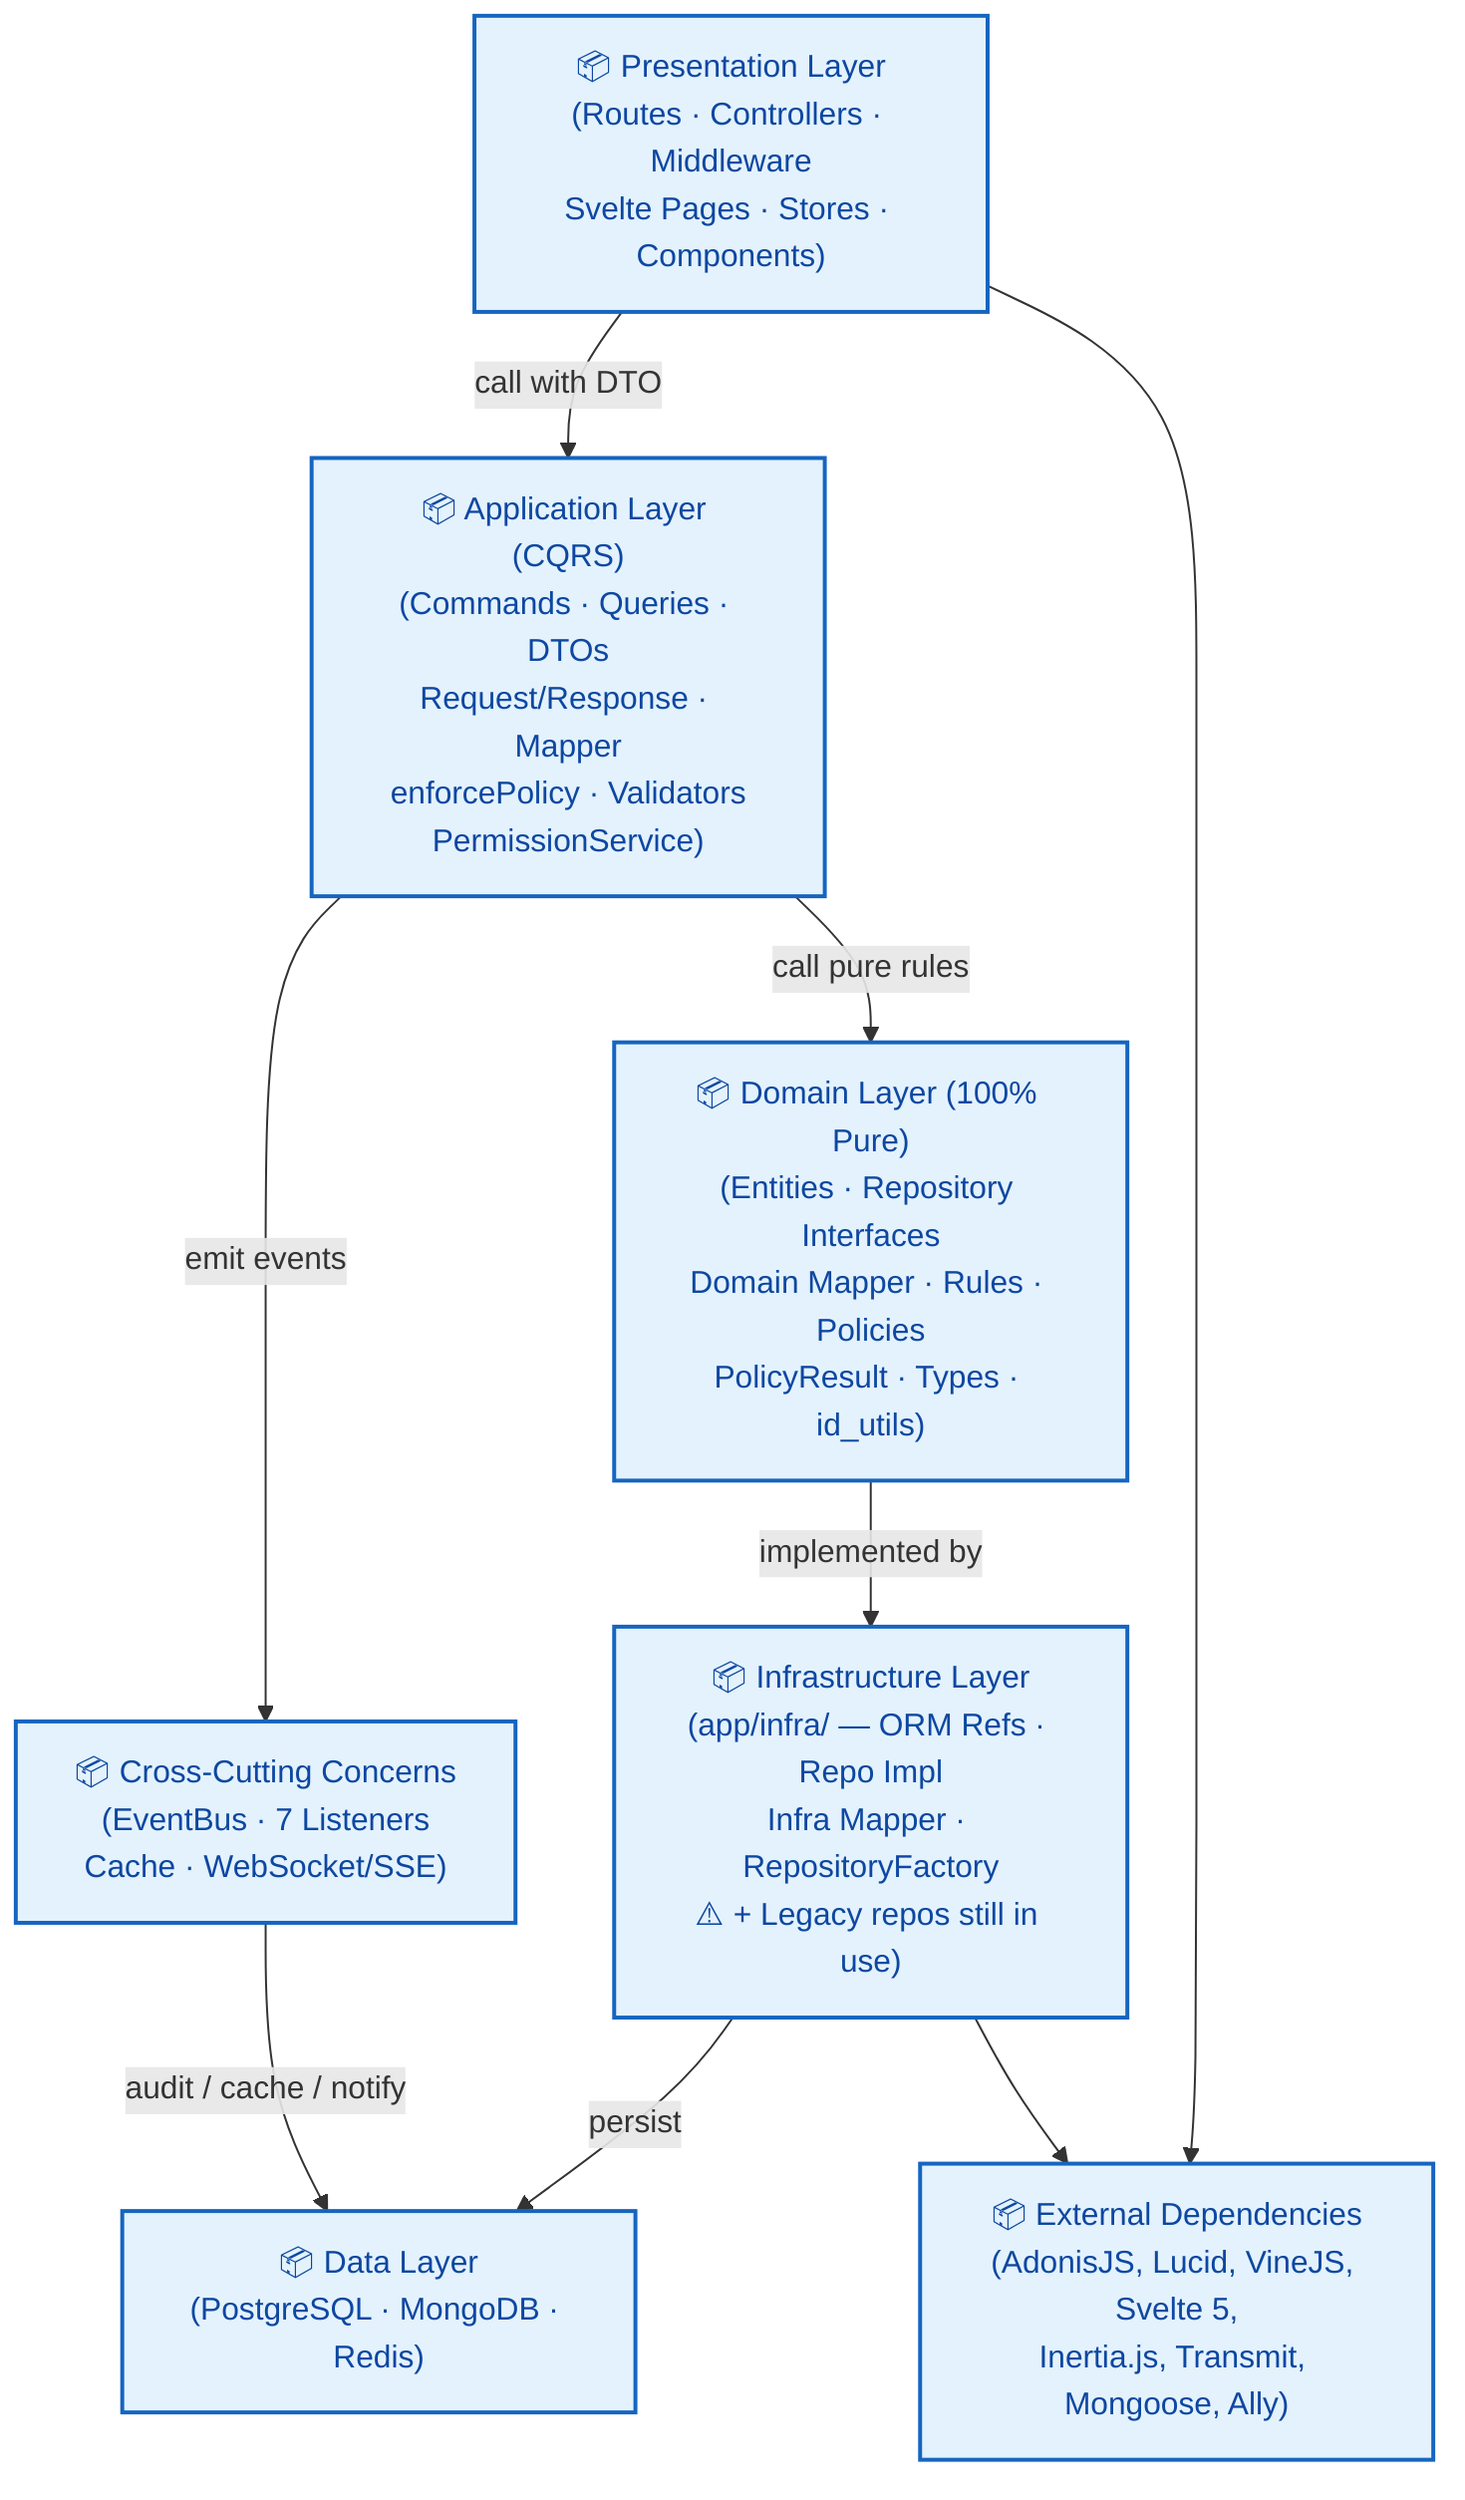
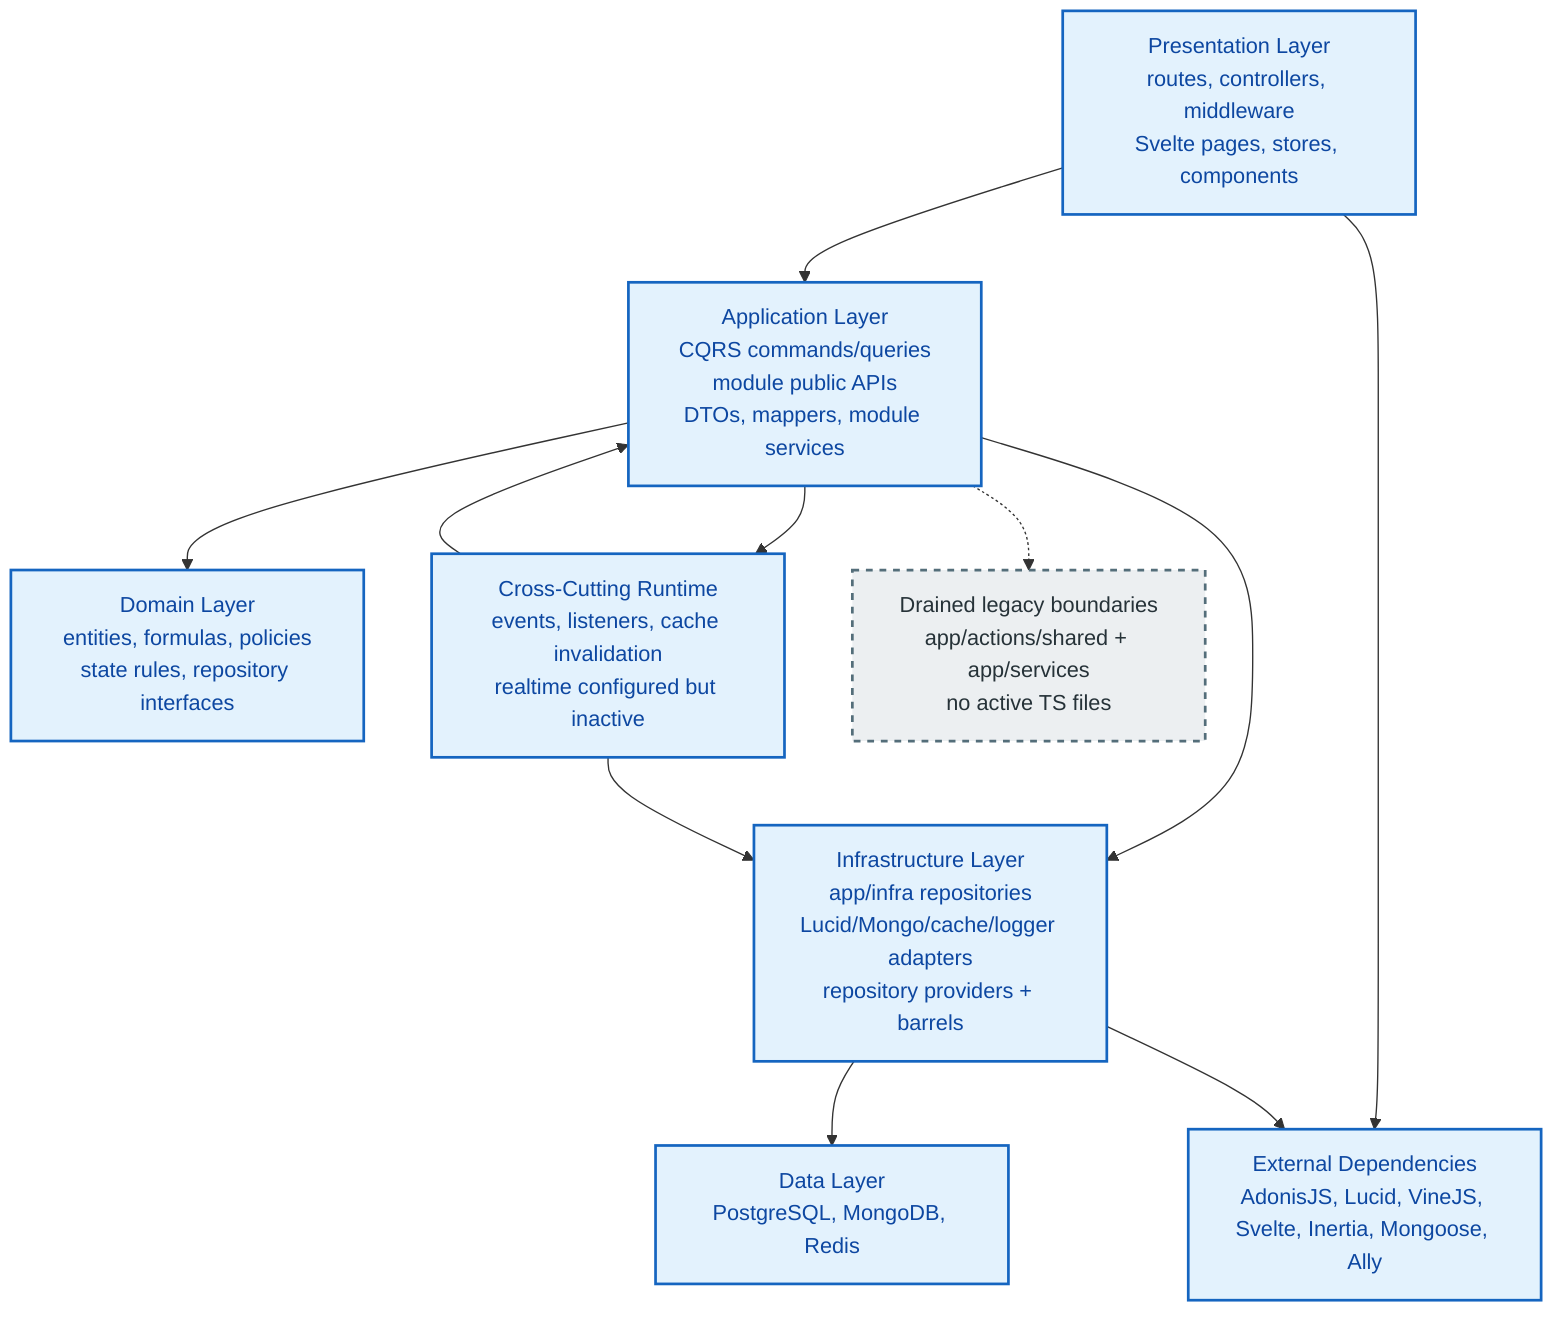
- %% Package Diagram: Suar Platform — High-Level Layer Overview
- %% Shows the 6 main layers and their dependencies at a glance.
- %% See pkg_02 through pkg_05 for detailed views of each layer.
- %% ✅ Updated 2026-03: Domain is 100% pure, rules live in Domain
+ %% Package Diagram: Suar Platform - High-Level Layer Overview
+ %% Updated 2026-05-12.

graph TD
-     external["📦 External Dependencies\n(AdonisJS, Lucid, VineJS, Svelte 5,\nInertia.js, Transmit, Mongoose, Ally)"]
-     presentation["📦 Presentation Layer\n(Routes · Controllers · Middleware\nSvelte Pages · Stores · Components)"]
-     application["📦 Application Layer (CQRS)\n(Commands · Queries · DTOs\nRequest/Response · Mapper\nenforcePolicy · Validators\nPermissionService)"]
-     domain["📦 Domain Layer (100% Pure)\n(Entities · Repository Interfaces\nDomain Mapper · Rules · Policies\nPolicyResult · Types · id_utils)"]
-     infra["📦 Infrastructure Layer\n(app/infra/ — ORM Refs · Repo Impl\nInfra Mapper · RepositoryFactory\n⚠️ + Legacy repos still in use)"]
-     data["📦 Data Layer\n(PostgreSQL · MongoDB · Redis)"]
-     crosscutting["📦 Cross-Cutting Concerns\n(EventBus · 7 Listeners\nCache · WebSocket/SSE)"]
+     external["External Dependencies\nAdonisJS, Lucid, VineJS, Svelte, Inertia, Mongoose, Ally"]
+     presentation["Presentation Layer\nroutes, controllers, middleware\nSvelte pages, stores, components"]
+     application["Application Layer\nCQRS commands/queries\nmodule public APIs\nDTOs, mappers, module services"]
+     domain["Domain Layer\nentities, formulas, policies\nstate rules, repository interfaces"]
+     infra["Infrastructure Layer\napp/infra repositories\nLucid/Mongo/cache/logger adapters\nrepository providers + barrels"]
+     data["Data Layer\nPostgreSQL, MongoDB, Redis"]
+     crosscutting["Cross-Cutting Runtime\nevents, listeners, cache invalidation\nrealtime configured but inactive"]
+     drained["Drained legacy boundaries\napp/actions/shared + app/services\nno active TS files"]

-     presentation -->|"call with DTO"| application
-     application -->|"call pure rules"| domain
-     domain -->|"implemented by"| infra
-     infra -->|"persist"| data
-     application -->|"emit events"| crosscutting
-     crosscutting -->|"audit / cache / notify"| data
+     presentation --> application
+     application --> domain
+     application --> infra
+     infra --> data
+     application --> crosscutting
+     crosscutting --> application
+     crosscutting --> infra
    presentation --> external
    infra --> external
+     application -.-> drained

    classDef layerStyle fill:#E3F2FD,stroke:#1565C0,stroke-width:2px,color:#0D47A1
+     classDef drainedStyle fill:#ECEFF1,stroke:#546E7A,stroke-width:2px,color:#263238,stroke-dasharray: 5 5
    class external,presentation,application,domain,infra,data,crosscutting layerStyle
+     class drained drainedStyle
